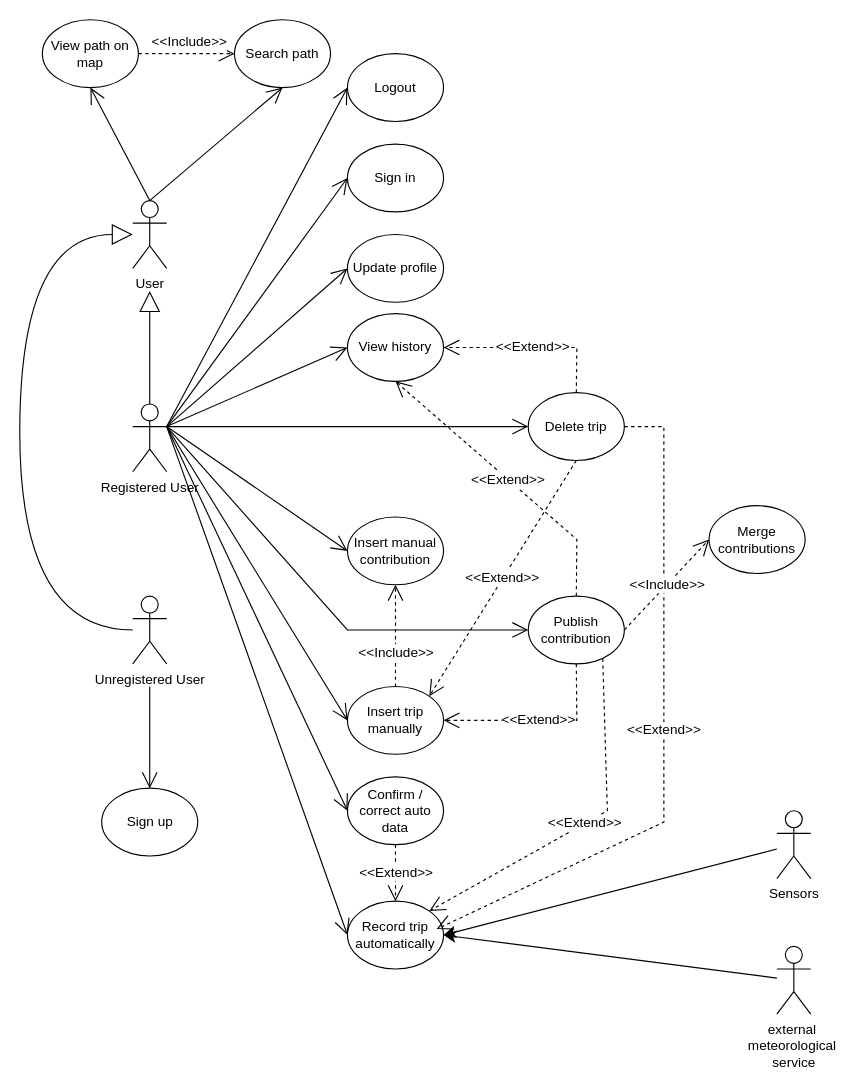
Before: RASD/Version1.0/images/use_case_diagram.drawio in Francesco2035/RavelliRausaPoggi, a draw.io diagram. Source tidied: cells renumbered, new cells numbered last; positions are measured from the earlier drawing's top-left corner, leaving out a move shared by most shapes. Both pictures are drawn from the tidied source at 113%, with x=0, y=0 at pixel (19, 19).
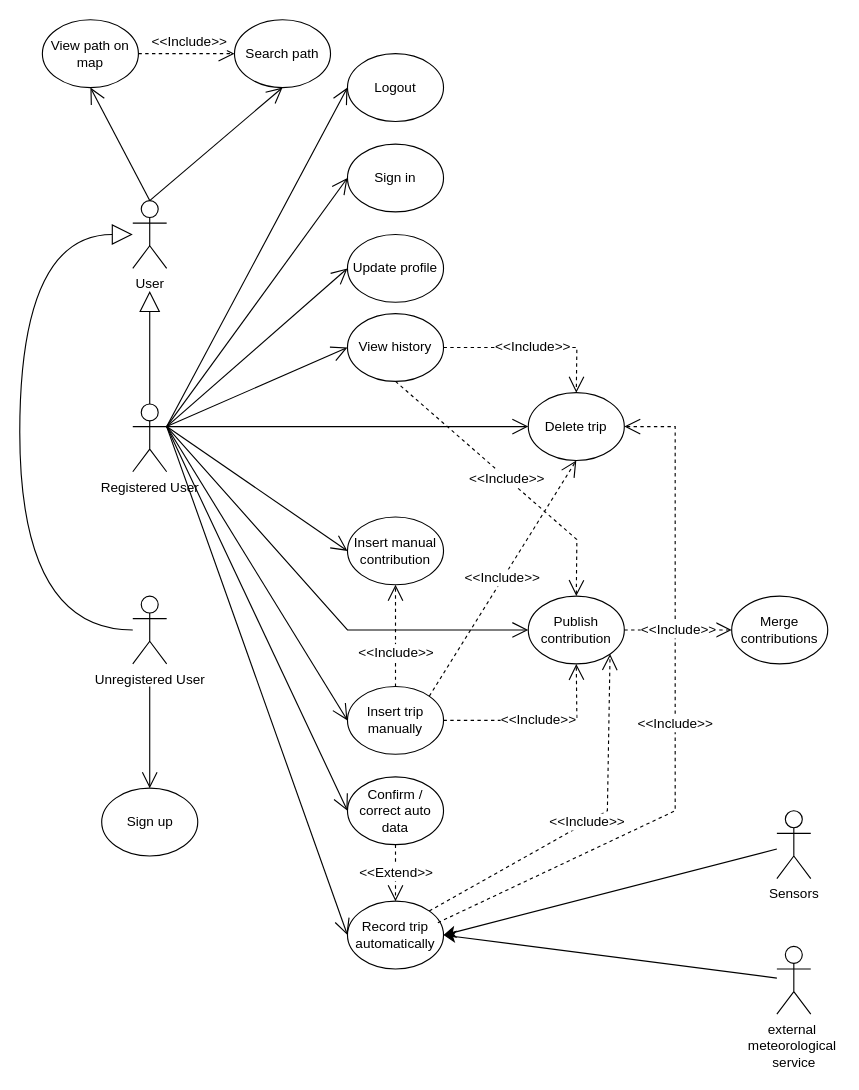
After the change.

Unchanged cells that the change refers to:
```xml
<mxCell id="12" value="Publish contribution" style="ellipse;whiteSpace=wrap;html=1;" parent="1" vertex="1">
  <mxGeometry x="450" y="510" width="85" height="60" as="geometry" />
</mxCell>
<mxCell id="15" value="View history" style="ellipse;whiteSpace=wrap;html=1;" parent="1" vertex="1">
  <mxGeometry x="290" y="260" width="85" height="60" as="geometry" />
</mxCell>
<mxCell id="17" value="Insert trip manually" style="ellipse;whiteSpace=wrap;html=1;" parent="1" vertex="1">
  <mxGeometry x="290" y="590" width="85" height="60" as="geometry" />
</mxCell>
<mxCell id="19" value="Record trip automatically" style="ellipse;whiteSpace=wrap;html=1;" parent="1" vertex="1">
  <mxGeometry x="290" y="780" width="85" height="60" as="geometry" />
</mxCell>
<mxCell id="38" value="Delete trip" style="ellipse;whiteSpace=wrap;html=1;" parent="1" vertex="1">
  <mxGeometry x="450" y="330" width="85" height="60" as="geometry" />
</mxCell>
```

The edit, as a diff of the source:
```diff
@@
-    <mxCell id="36" value="&amp;lt;&amp;lt;Extend&amp;gt;&amp;gt;" style="endArrow=open;endSize=12;dashed=1;html=1;rounded=0;fontSize=12;entryX=1;entryY=0.5;entryDx=0;entryDy=0;exitX=0.5;exitY=1;exitDx=0;exitDy=0;" parent="1" edge="1" source="12" target="17">
+    <mxCell id="36" value="&amp;lt;&amp;lt;Include&amp;gt;&amp;gt;" style="endArrow=open;endSize=12;dashed=1;html=1;rounded=0;fontSize=12;entryX=0.5;entryY=1;entryDx=0;entryDy=0;exitX=1;exitY=0.5;exitDx=0;exitDy=0;" parent="1" edge="1" source="17" target="12">
       <mxGeometry relative="1" as="geometry">
         <Array as="points">
           <mxPoint x="493" y="620" />
         </Array>
       </mxGeometry>
     </mxCell>
-    <mxCell id="37" value="&amp;lt;&amp;lt;Extend&amp;gt;&amp;gt;" style="endArrow=open;endSize=12;dashed=1;html=1;rounded=0;fontSize=12;exitX=0.775;exitY=0.922;exitDx=0;exitDy=0;entryX=1;entryY=0;entryDx=0;entryDy=0;exitPerimeter=0;" parent="1" edge="1" source="12" target="19">
+    <mxCell id="37" value="&amp;lt;&amp;lt;Include&amp;gt;&amp;gt;" style="endArrow=open;endSize=12;dashed=1;html=1;rounded=0;fontSize=12;entryX=1;entryY=1;entryDx=0;entryDy=0;exitX=1;exitY=0;exitDx=0;exitDy=0;" parent="1" edge="1" source="19" target="12">
       <mxGeometry relative="1" as="geometry">
         <Array as="points">
           <mxPoint x="520" y="700" />
         </Array>
       </mxGeometry>
     </mxCell>
@@
-    <mxCell id="40" value="&amp;lt;&amp;lt;Extend&amp;gt;&amp;gt;" style="endArrow=open;endSize=12;dashed=1;html=1;rounded=0;fontSize=12;exitX=0.5;exitY=0;exitDx=0;exitDy=0;" parent="1" edge="1" source="38">
+    <mxCell id="40" value="&amp;lt;&amp;lt;Include&amp;gt;&amp;gt;" style="endArrow=open;endSize=12;dashed=1;html=1;rounded=0;fontSize=12;exitX=1;exitY=0.5;exitDx=0;exitDy=0;" parent="1" edge="1" source="15" target="38">
       <mxGeometry relative="1" as="geometry">
-        <mxPoint x="375" y="290" as="targetPoint" />
         <Array as="points">
           <mxPoint x="493" y="290" />
         </Array>
       </mxGeometry>
     </mxCell>
-    <mxCell id="41" value="&amp;lt;&amp;lt;Extend&amp;gt;&amp;gt;" style="endArrow=open;endSize=12;dashed=1;html=1;rounded=0;fontSize=12;entryX=0.5;entryY=1;entryDx=0;entryDy=0;exitX=0.5;exitY=0;exitDx=0;exitDy=0;" parent="1" edge="1" source="12" target="15">
+    <mxCell id="41" value="&amp;lt;&amp;lt;Include&amp;gt;&amp;gt;" style="endArrow=open;endSize=12;dashed=1;html=1;rounded=0;fontSize=12;entryX=0.5;entryY=0;entryDx=0;entryDy=0;exitX=0.5;exitY=1;exitDx=0;exitDy=0;" parent="1" edge="1" source="15" target="12">
       <mxGeometry relative="1" as="geometry">
         <Array as="points">
           <mxPoint x="493" y="460" />
         </Array>
       </mxGeometry>
     </mxCell>
@@
-    <mxCell id="43" value="&amp;lt;&amp;lt;Extend&amp;gt;&amp;gt;" style="endArrow=open;endSize=12;dashed=1;html=1;rounded=0;fontSize=12;entryX=1;entryY=0;entryDx=0;entryDy=0;exitX=0.5;exitY=1;exitDx=0;exitDy=0;" parent="1" edge="1" source="38" target="17">
+    <mxCell id="43" value="&amp;lt;&amp;lt;Include&amp;gt;&amp;gt;" style="endArrow=open;endSize=12;dashed=1;html=1;rounded=0;fontSize=12;entryX=0.5;entryY=1;entryDx=0;entryDy=0;exitX=1;exitY=0;exitDx=0;exitDy=0;" parent="1" edge="1" source="17" target="38">
       <mxGeometry relative="1" as="geometry" />
     </mxCell>
-    <mxCell id="44" value="&amp;lt;&amp;lt;Extend&amp;gt;&amp;gt;" style="endArrow=open;endSize=12;dashed=1;html=1;rounded=0;fontSize=12;exitX=1;exitY=0.5;exitDx=0;exitDy=0;entryX=0.929;entryY=0.412;entryDx=0;entryDy=0;entryPerimeter=0;" parent="1" edge="1" source="38" target="19">
+    <mxCell id="44" value="&amp;lt;&amp;lt;Include&amp;gt;&amp;gt;" style="endArrow=open;endSize=12;dashed=1;html=1;rounded=0;fontSize=12;exitX=0.941;exitY=0.317;exitDx=0;exitDy=0;exitPerimeter=0;entryX=1;entryY=0.5;entryDx=0;entryDy=0;" parent="1" edge="1" source="19" target="38">
       <mxGeometry relative="1" as="geometry">
         <Array as="points">
-          <mxPoint x="570" y="360" />
-          <mxPoint x="570" y="710" />
+          <mxPoint x="580" y="700" />
+          <mxPoint x="580" y="390" />
+          <mxPoint x="580" y="360" />
         </Array>
       </mxGeometry>
     </mxCell>
     <mxCell id="45" value="Merge contributions" style="ellipse;whiteSpace=wrap;html=1;" parent="1" vertex="1">
-      <mxGeometry x="610" y="430" width="85" height="60" as="geometry" />
+      <mxGeometry x="630" y="510" width="85" height="60" as="geometry" />
     </mxCell>
```
